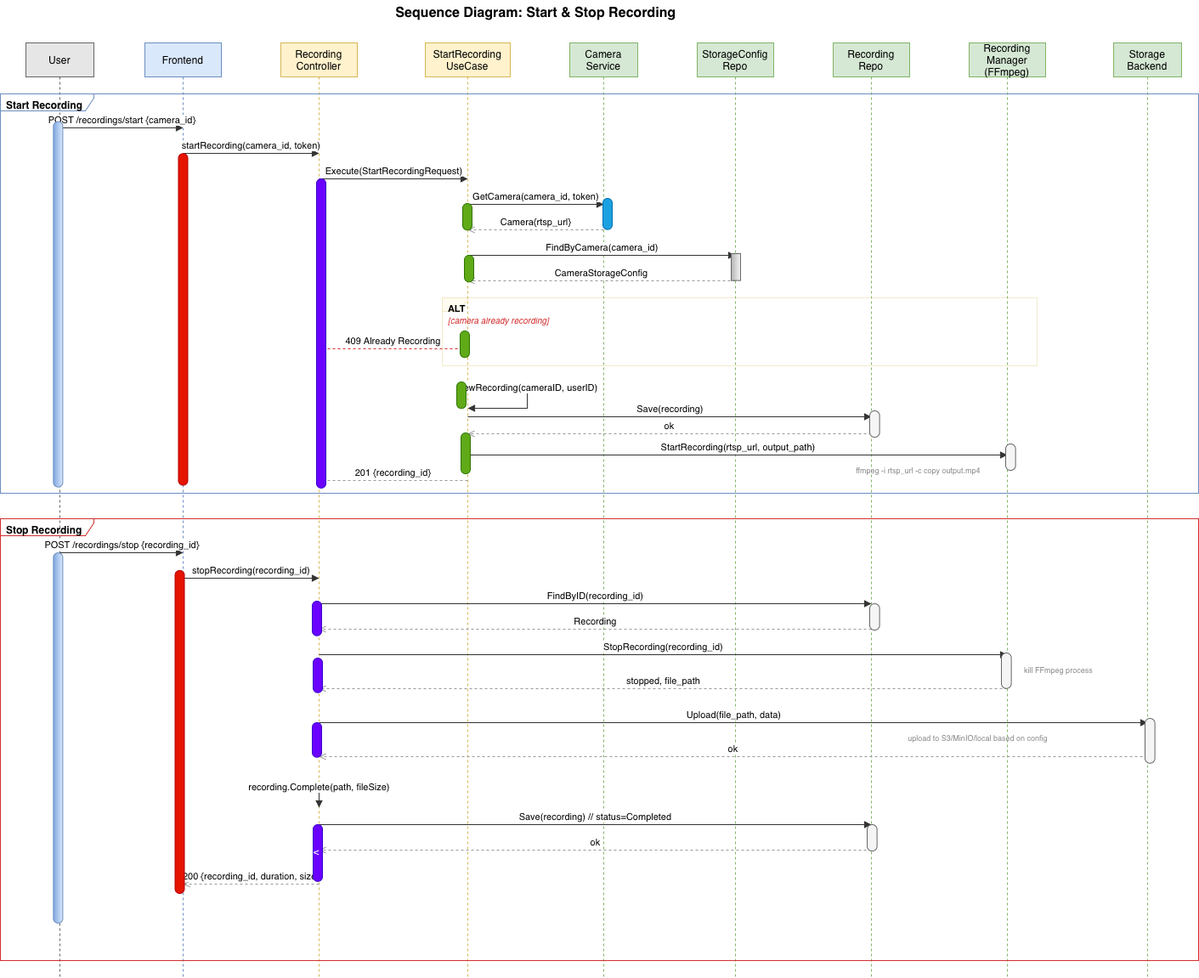
Before: diagram report images/sprint2/storage/Start&StopRec.drawio.png, a diagram exported from draw.io (omarsoussi/VigileEyeReport). Source tidied: cells renumbered, new cells last; positions are measured from the earlier drawing's top-left corner, leaving out a move shared by most shapes.
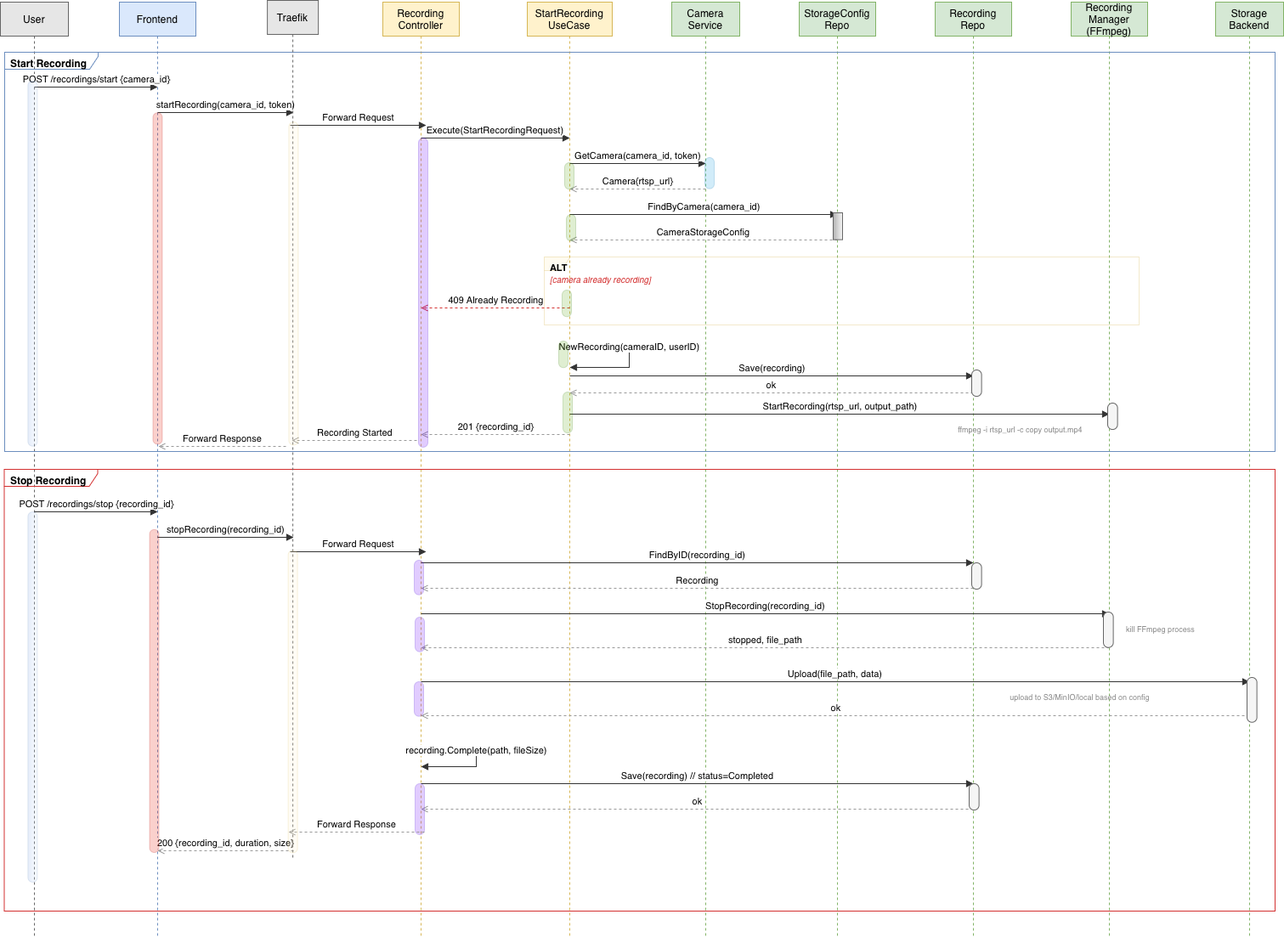
Later version of the same file.

The edit, as a diff of the source:
```diff
@@ -2,14 +2,11 @@
   <root>
     <mxCell id="0" />
     <mxCell id="1" parent="0" />
-    <mxCell id="2" value="Sequence Diagram: Start &amp; Stop Recording" style="text;html=1;align=center;verticalAlign=middle;strokeColor=none;fillColor=none;fontSize=16;fontStyle=1;" parent="1" vertex="1">
-      <mxGeometry x="590" width="380" height="30" as="geometry" />
-    </mxCell>
     <mxCell id="3" value="User" style="shape=umlLifeline;perimeter=lifelinePerimeter;whiteSpace=wrap;html=1;fillColor=#E6E6E6;strokeColor=#666666;size=40;" parent="1" vertex="1">
-      <mxGeometry x="180" y="50" width="80" height="1100" as="geometry" />
+      <mxGeometry x="30" y="50" width="80" height="1100" as="geometry" />
     </mxCell>
     <mxCell id="4" value="Frontend" style="shape=umlLifeline;perimeter=lifelinePerimeter;whiteSpace=wrap;html=1;fillColor=#dae8fc;strokeColor=#6c8ebf;size=40;" parent="1" vertex="1">
-      <mxGeometry x="320" y="50" width="90" height="1100" as="geometry" />
+      <mxGeometry x="170" y="50" width="90" height="1100" as="geometry" />
     </mxCell>
     <mxCell id="5" value="Recording&#10;Controller" style="shape=umlLifeline;perimeter=lifelinePerimeter;whiteSpace=wrap;html=1;outlineConnect=0;fillColor=#fff2cc;strokeColor=#d6b656;size=40;" parent="1" vertex="1">
       <mxGeometry x="480" y="50" width="90" height="1100" as="geometry" />
@@ -33,18 +30,18 @@
       <mxGeometry x="1460" y="50" width="80" height="1100" as="geometry" />
     </mxCell>
     <mxCell id="12" value="Start Recording" style="shape=umlFrame;whiteSpace=wrap;html=1;width=110;height=20;boundedLbl=1;verticalAlign=top;align=left;spacingLeft=5;fillColor=none;strokeColor=#6c8ebf;fontSize=12;fontStyle=1;" parent="1" vertex="1">
-      <mxGeometry x="150" y="110" width="1410" height="470" as="geometry" />
+      <mxGeometry x="35" y="109" width="1495" height="470" as="geometry" />
     </mxCell>
     <mxCell id="13" value="POST /recordings/start {camera_id}" style="html=1;verticalAlign=bottom;endArrow=block;rounded=0;strokeColor=#333333;" parent="1" edge="1">
       <mxGeometry relative="1" as="geometry">
-        <mxPoint x="220" y="150" as="sourcePoint" />
-        <mxPoint x="365" y="150" as="targetPoint" />
+        <mxPoint x="70" y="150" as="sourcePoint" />
+        <mxPoint x="215" y="150" as="targetPoint" />
       </mxGeometry>
     </mxCell>
     <mxCell id="14" value="startRecording(camera_id, token)" style="html=1;verticalAlign=bottom;endArrow=block;rounded=0;strokeColor=#333333;" parent="1" edge="1">
       <mxGeometry relative="1" as="geometry">
-        <mxPoint x="365" y="180" as="sourcePoint" />
-        <mxPoint x="525" y="180" as="targetPoint" />
+        <mxPoint x="215" y="180" as="sourcePoint" />
+        <mxPoint x="375" y="180" as="targetPoint" />
       </mxGeometry>
     </mxCell>
     <mxCell id="15" value="Execute(StartRecordingRequest)" style="html=1;verticalAlign=bottom;endArrow=block;rounded=0;strokeColor=#333333;" parent="1" edge="1">
@@ -122,23 +119,23 @@
     </mxCell>
     <mxCell id="28" value="201 {recording_id}" style="html=1;verticalAlign=bottom;endArrow=open;dashed=1;rounded=0;strokeColor=#999999;" parent="1" edge="1">
       <mxGeometry relative="1" as="geometry">
-        <mxPoint x="700" y="565" as="sourcePoint" />
-        <mxPoint x="525" y="565" as="targetPoint" />
+        <mxPoint x="700" y="559" as="sourcePoint" />
+        <mxPoint x="525" y="559" as="targetPoint" />
       </mxGeometry>
     </mxCell>
     <mxCell id="29" value="Stop Recording" style="shape=umlFrame;whiteSpace=wrap;html=1;width=110;height=20;boundedLbl=1;verticalAlign=top;align=left;spacingLeft=5;fillColor=none;strokeColor=#d32f2f;fontSize=12;fontStyle=1;" parent="1" vertex="1">
-      <mxGeometry x="150" y="610" width="1410" height="520" as="geometry" />
+      <mxGeometry x="34.5" y="600" width="1495.5" height="520" as="geometry" />
     </mxCell>
     <mxCell id="30" value="POST /recordings/stop {recording_id}" style="html=1;verticalAlign=bottom;endArrow=block;rounded=0;strokeColor=#333333;" parent="1" edge="1">
       <mxGeometry relative="1" as="geometry">
-        <mxPoint x="220" y="650" as="sourcePoint" />
-        <mxPoint x="365" y="650" as="targetPoint" />
+        <mxPoint x="70" y="650" as="sourcePoint" />
+        <mxPoint x="215" y="650" as="targetPoint" />
       </mxGeometry>
     </mxCell>
     <mxCell id="31" value="stopRecording(recording_id)" style="html=1;verticalAlign=bottom;endArrow=block;rounded=0;strokeColor=#333333;" parent="1" edge="1">
       <mxGeometry relative="1" as="geometry">
-        <mxPoint x="365" y="680" as="sourcePoint" />
-        <mxPoint x="525" y="680" as="targetPoint" />
+        <mxPoint x="215" y="680" as="sourcePoint" />
+        <mxPoint x="375" y="680" as="targetPoint" />
       </mxGeometry>
     </mxCell>
     <mxCell id="32" value="FindByID(recording_id)" style="html=1;verticalAlign=bottom;endArrow=block;rounded=0;strokeColor=#333333;" parent="1" edge="1">
@@ -183,10 +180,13 @@
         <mxPoint x="525" y="890" as="targetPoint" />
       </mxGeometry>
     </mxCell>
-    <mxCell id="40" value="recording.Complete(path, fileSize)" style="html=1;verticalAlign=bottom;endArrow=block;rounded=0;strokeColor=#333333;" parent="1" edge="1">
+    <mxCell id="40" value="recording.Complete(path, fileSize)" style="html=1;verticalAlign=bottom;endArrow=block;rounded=0;strokeColor=#333333;" parent="1" edge="1" source="5">
       <mxGeometry relative="1" as="geometry">
-        <mxPoint x="525" y="920" as="sourcePoint" />
         <mxPoint x="525" y="950" as="targetPoint" />
+        <Array as="points">
+          <mxPoint x="590" y="930" />
+          <mxPoint x="590" y="950" />
+        </Array>
       </mxGeometry>
     </mxCell>
     <mxCell id="41" value="Save(recording) // status=Completed" style="html=1;verticalAlign=bottom;endArrow=block;rounded=0;strokeColor=#333333;" parent="1" edge="1">
@@ -203,53 +203,53 @@
     </mxCell>
     <mxCell id="43" value="200 {recording_id, duration, size}" style="html=1;verticalAlign=bottom;endArrow=open;dashed=1;rounded=0;strokeColor=#999999;" parent="1" edge="1">
       <mxGeometry relative="1" as="geometry">
-        <mxPoint x="525" y="1040" as="sourcePoint" />
-        <mxPoint x="365" y="1040" as="targetPoint" />
+        <mxPoint x="375" y="1049" as="sourcePoint" />
+        <mxPoint x="215" y="1049" as="targetPoint" />
       </mxGeometry>
     </mxCell>
-    <mxCell id="44" style="rounded=1;whiteSpace=wrap;html=1;rotation=90;arcSize=50;fillColor=#dae8fc;strokeColor=light-dark(#6C8EBF,#A39B34);gradientColor=light-dark(#7EA6E0,#FFFF66);" parent="1" vertex="1">
-      <mxGeometry x="2.9" y="352.1" width="430" height="11" as="geometry" />
+    <mxCell id="44" style="rounded=1;whiteSpace=wrap;html=1;rotation=90;arcSize=50;fillColor=#dae8fc;strokeColor=light-dark(#6C8EBF,#A39B34);gradientColor=light-dark(#7EA6E0,#FFFF66);opacity=20;" parent="1" vertex="1">
+      <mxGeometry x="-147.1" y="352.1" width="430" height="11" as="geometry" />
     </mxCell>
-    <mxCell id="45" style="rounded=1;whiteSpace=wrap;html=1;rotation=90;arcSize=50;fillColor=#dae8fc;strokeColor=light-dark(#6C8EBF,#A39B34);gradientColor=light-dark(#7EA6E0,#FFFF66);" parent="1" vertex="1">
-      <mxGeometry y="862.5" width="435.8" height="11" as="geometry" />
+    <mxCell id="45" style="rounded=1;whiteSpace=wrap;html=1;rotation=90;arcSize=50;fillColor=#dae8fc;strokeColor=light-dark(#6C8EBF,#A39B34);gradientColor=light-dark(#7EA6E0,#FFFF66);opacity=20;" parent="1" vertex="1">
+      <mxGeometry x="-150" y="862.5" width="435.8" height="11" as="geometry" />
     </mxCell>
-    <mxCell id="46" style="rounded=1;whiteSpace=wrap;html=1;rotation=90;arcSize=50;fillColor=#e51400;fontColor=#ffffff;strokeColor=#B20000;" parent="1" vertex="1">
-      <mxGeometry x="169.9" y="369.9" width="390.2" height="11" as="geometry" />
+    <mxCell id="46" style="rounded=1;whiteSpace=wrap;html=1;rotation=90;arcSize=50;fillColor=#e51400;fontColor=#ffffff;strokeColor=#B20000;opacity=20;" parent="1" vertex="1">
+      <mxGeometry x="19.9" y="369.8" width="390.1" height="11" as="geometry" />
     </mxCell>
-    <mxCell id="47" style="rounded=1;whiteSpace=wrap;html=1;rotation=90;arcSize=50;fillColor=#e51400;fontColor=#ffffff;strokeColor=#B20000;" parent="1" vertex="1">
-      <mxGeometry x="170.9" y="855.4" width="380.1" height="11" as="geometry" />
+    <mxCell id="47" style="rounded=1;whiteSpace=wrap;html=1;rotation=90;arcSize=50;fillColor=#e51400;fontColor=#ffffff;strokeColor=#B20000;opacity=20;" parent="1" vertex="1">
+      <mxGeometry x="20.9" y="855.4" width="380.1" height="11" as="geometry" />
     </mxCell>
-    <mxCell id="48" style="rounded=1;whiteSpace=wrap;html=1;rotation=90;arcSize=50;fillColor=#6a00ff;fontColor=#ffffff;strokeColor=#3700CC;" parent="1" vertex="1">
+    <mxCell id="48" style="rounded=1;whiteSpace=wrap;html=1;rotation=90;arcSize=50;fillColor=#6a00ff;fontColor=#ffffff;strokeColor=#3700CC;opacity=20;" parent="1" vertex="1">
       <mxGeometry x="345.5" y="386.5" width="363.9" height="11" as="geometry" />
     </mxCell>
-    <mxCell id="49" style="rounded=1;whiteSpace=wrap;html=1;rotation=90;arcSize=50;fillColor=#6a00ff;fontColor=#ffffff;strokeColor=#3700CC;" parent="1" vertex="1">
+    <mxCell id="49" style="rounded=1;whiteSpace=wrap;html=1;rotation=90;arcSize=50;fillColor=#6a00ff;fontColor=#ffffff;strokeColor=#3700CC;opacity=20;" parent="1" vertex="1">
       <mxGeometry x="502.2" y="721.8" width="40.7" height="11" as="geometry" />
     </mxCell>
-    <mxCell id="50" style="rounded=1;whiteSpace=wrap;html=1;rotation=90;arcSize=50;fillColor=#6a00ff;fontColor=#ffffff;strokeColor=#3700CC;" parent="1" vertex="1">
+    <mxCell id="50" style="rounded=1;whiteSpace=wrap;html=1;rotation=90;arcSize=50;fillColor=#6a00ff;fontColor=#ffffff;strokeColor=#3700CC;opacity=20;" parent="1" vertex="1">
       <mxGeometry x="503.2" y="788.8" width="40.7" height="11" as="geometry" />
     </mxCell>
-    <mxCell id="51" style="rounded=1;whiteSpace=wrap;html=1;rotation=90;arcSize=50;fillColor=#6a00ff;fontColor=#ffffff;strokeColor=#3700CC;" parent="1" vertex="1">
+    <mxCell id="51" style="rounded=1;whiteSpace=wrap;html=1;rotation=90;arcSize=50;fillColor=#6a00ff;fontColor=#ffffff;strokeColor=#3700CC;opacity=20;" parent="1" vertex="1">
       <mxGeometry x="502.2" y="864.8" width="40.7" height="11" as="geometry" />
     </mxCell>
-    <mxCell id="52" value="v" style="rounded=1;whiteSpace=wrap;html=1;rotation=90;arcSize=50;fillColor=#6a00ff;fontColor=#ffffff;strokeColor=#3700CC;" parent="1" vertex="1">
-      <mxGeometry x="490.1" y="997.9" width="66.8" height="11" as="geometry" />
+    <mxCell id="52" style="rounded=1;whiteSpace=wrap;html=1;rotation=90;arcSize=50;fillColor=#6a00ff;fontColor=#ffffff;strokeColor=#3700CC;opacity=20;" parent="1" vertex="1">
+      <mxGeometry x="493.5" y="994.5" width="59.9" height="11" as="geometry" />
     </mxCell>
-    <mxCell id="53" style="rounded=1;whiteSpace=wrap;html=1;rotation=90;arcSize=50;fillColor=#60a917;fontColor=#ffffff;strokeColor=#2D7600;" parent="1" vertex="1">
+    <mxCell id="53" style="rounded=1;whiteSpace=wrap;html=1;rotation=90;arcSize=50;fillColor=#60a917;fontColor=#ffffff;strokeColor=#2D7600;opacity=20;" parent="1" vertex="1">
       <mxGeometry x="683.9" y="249.1" width="31.3" height="11" as="geometry" />
     </mxCell>
-    <mxCell id="54" style="rounded=1;whiteSpace=wrap;html=1;rotation=90;arcSize=50;fillColor=#60a917;fontColor=#ffffff;strokeColor=#2D7600;" parent="1" vertex="1">
+    <mxCell id="54" style="rounded=1;whiteSpace=wrap;html=1;rotation=90;arcSize=50;fillColor=#60a917;fontColor=#ffffff;strokeColor=#2D7600;opacity=20;" parent="1" vertex="1">
       <mxGeometry x="685.9" y="310.1" width="31.3" height="11" as="geometry" />
     </mxCell>
-    <mxCell id="55" style="rounded=1;whiteSpace=wrap;html=1;rotation=90;arcSize=50;fillColor=#60a917;fontColor=#ffffff;strokeColor=#2D7600;" parent="1" vertex="1">
+    <mxCell id="55" style="rounded=1;whiteSpace=wrap;html=1;rotation=90;arcSize=50;fillColor=#60a917;fontColor=#ffffff;strokeColor=#2D7600;opacity=20;" parent="1" vertex="1">
       <mxGeometry x="680.9" y="399.1" width="31.3" height="11" as="geometry" />
     </mxCell>
-    <mxCell id="56" style="rounded=1;whiteSpace=wrap;html=1;rotation=90;arcSize=50;fillColor=#60a917;fontColor=#ffffff;strokeColor=#2D7600;" parent="1" vertex="1">
+    <mxCell id="56" style="rounded=1;whiteSpace=wrap;html=1;rotation=90;arcSize=50;fillColor=#60a917;fontColor=#ffffff;strokeColor=#2D7600;opacity=20;" parent="1" vertex="1">
       <mxGeometry x="676.9" y="459.1" width="31.3" height="11" as="geometry" />
     </mxCell>
-    <mxCell id="57" style="rounded=1;whiteSpace=wrap;html=1;rotation=90;arcSize=50;fillColor=#60a917;fontColor=#ffffff;strokeColor=#2D7600;" parent="1" vertex="1">
+    <mxCell id="57" style="rounded=1;whiteSpace=wrap;html=1;rotation=90;arcSize=50;fillColor=#60a917;fontColor=#ffffff;strokeColor=#2D7600;opacity=20;" parent="1" vertex="1">
       <mxGeometry x="673.4" y="527.6" width="48.1" height="11" as="geometry" />
     </mxCell>
-    <mxCell id="58" style="rounded=1;whiteSpace=wrap;html=1;rotation=90;arcSize=50;fillColor=#1ba1e2;fontColor=#ffffff;strokeColor=#006EAF;" parent="1" vertex="1">
+    <mxCell id="58" style="rounded=1;whiteSpace=wrap;html=1;rotation=90;arcSize=50;fillColor=#1ba1e2;fontColor=#ffffff;strokeColor=#006EAF;opacity=20;" parent="1" vertex="1">
       <mxGeometry x="846.2" y="245.8" width="36.6" height="11" as="geometry" />
     </mxCell>
     <mxCell id="59" style="rounded=1;whiteSpace=wrap;html=1;rotation=90;arcSize=0;fillColor=#f5f5f5;strokeColor=#666666;gradientColor=#b3b3b3;" parent="1" vertex="1">
@@ -273,5 +273,44 @@
     <mxCell id="65" style="rounded=1;whiteSpace=wrap;html=1;rotation=90;arcSize=50;fillColor=light-dark(#F5F5F5,#C3ABD0);strokeColor=light-dark(#666666,#FFB366);gradientColor=none;" parent="1" vertex="1">
       <mxGeometry x="1476.5" y="865.5" width="52.7" height="11.6" as="geometry" />
     </mxCell>
+    <mxCell id="66" value="Traefik" style="shape=umlLifeline;perimeter=lifelinePerimeter;whiteSpace=wrap;html=1;size=40;fillColor=#E6E6E6;strokeColor=#666666;" parent="1" vertex="1">
+      <mxGeometry x="344.1" y="48" width="60" height="1012" as="geometry" />
+    </mxCell>
+    <mxCell id="67" value="Forward Request" style="html=1;verticalAlign=bottom;endArrow=block;rounded=0;strokeColor=#333333;" parent="1" edge="1">
+      <mxGeometry relative="1" as="geometry">
+        <mxPoint x="371" y="195" as="sourcePoint" />
+        <mxPoint x="531" y="195" as="targetPoint" />
+      </mxGeometry>
+    </mxCell>
+    <mxCell id="68" value="Recording Started" style="html=1;verticalAlign=bottom;endArrow=open;dashed=1;rounded=0;strokeColor=#999999;" parent="1" edge="1">
+      <mxGeometry relative="1" as="geometry">
+        <mxPoint x="520" y="566" as="sourcePoint" />
+        <mxPoint x="372.9" y="566" as="targetPoint" />
+      </mxGeometry>
+    </mxCell>
+    <mxCell id="69" value="Forward Response" style="html=1;verticalAlign=bottom;endArrow=open;dashed=1;rounded=0;strokeColor=#999999;" parent="1" edge="1">
+      <mxGeometry relative="1" as="geometry">
+        <mxPoint x="366" y="573" as="sourcePoint" />
+        <mxPoint x="216" y="573" as="targetPoint" />
+      </mxGeometry>
+    </mxCell>
+    <mxCell id="70" style="rounded=1;whiteSpace=wrap;html=1;rotation=90;arcSize=50;fillColor=#fff2cc;strokeColor=#d6b656;opacity=20;" parent="1" vertex="1">
+      <mxGeometry x="184.9" y="375.8" width="380.1" height="11" as="geometry" />
+    </mxCell>
+    <mxCell id="71" value="Forward Request" style="html=1;verticalAlign=bottom;endArrow=block;rounded=0;strokeColor=#333333;" parent="1" edge="1">
+      <mxGeometry relative="1" as="geometry">
+        <mxPoint x="371" y="697" as="sourcePoint" />
+        <mxPoint x="531" y="697" as="targetPoint" />
+      </mxGeometry>
+    </mxCell>
+    <mxCell id="72" value="Forward Response" style="html=1;verticalAlign=bottom;endArrow=open;dashed=1;rounded=0;strokeColor=#999999;" parent="1" edge="1">
+      <mxGeometry relative="1" as="geometry">
+        <mxPoint x="529" y="1027" as="sourcePoint" />
+        <mxPoint x="369" y="1027" as="targetPoint" />
+      </mxGeometry>
+    </mxCell>
+    <mxCell id="73" style="rounded=1;whiteSpace=wrap;html=1;rotation=90;arcSize=50;fillColor=#fff2cc;strokeColor=#d6b656;opacity=20;" parent="1" vertex="1">
+      <mxGeometry x="196.2" y="867.9" width="355.9" height="11" as="geometry" />
+    </mxCell>
   </root>
 </mxGraphModel>
```
